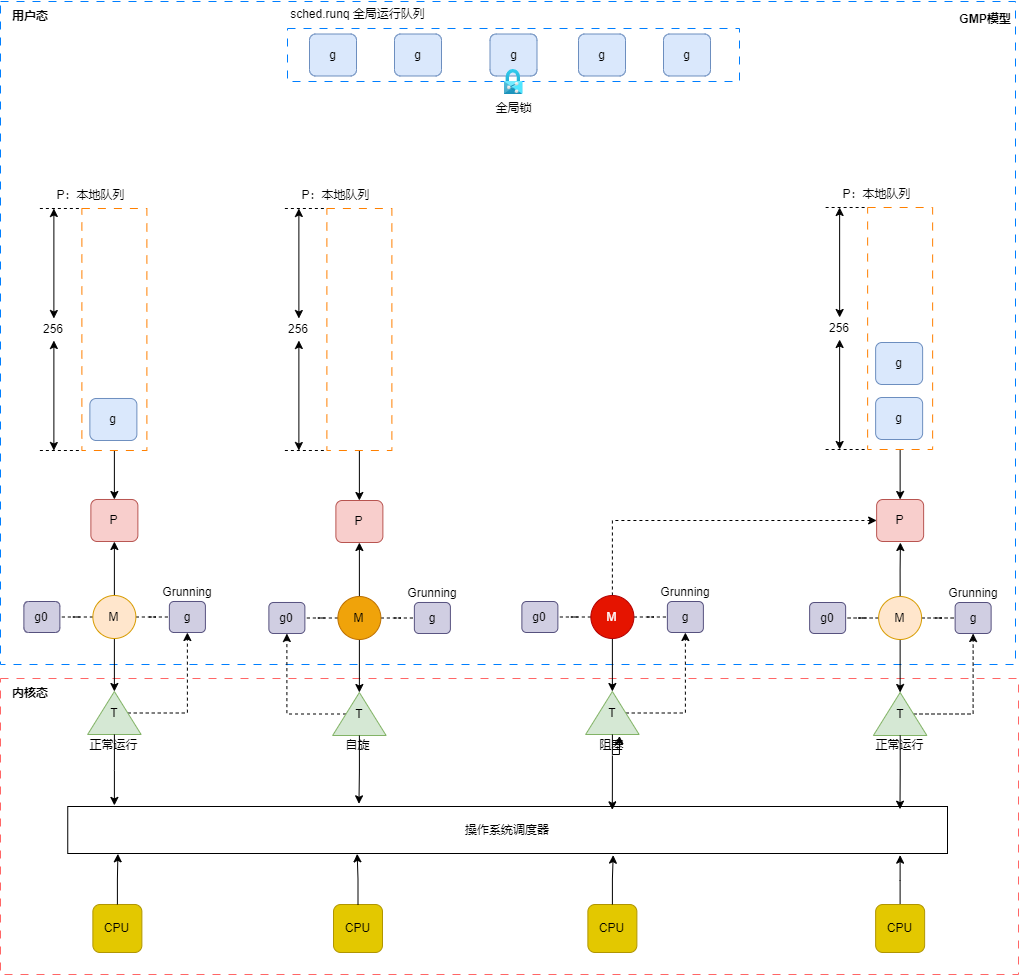
Earlier version of the draw.io export go/gmp模型.drawio.png (xmopen/drawio). Source tidied: cells renumbered, new cells last; positions are measured from the earlier drawing's top-left corner, leaving out a move shared by most shapes.
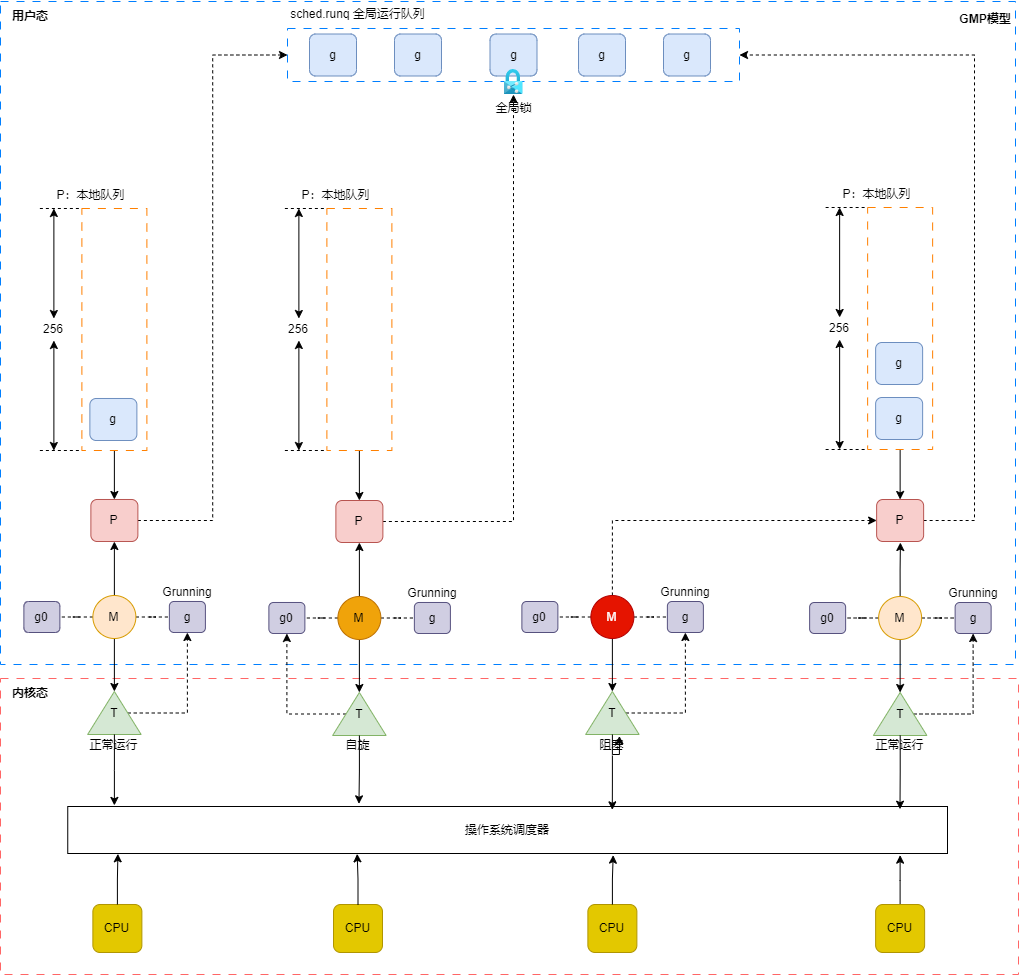
The same file after the commit.

What changed in the source:
```diff
@@ -152,6 +152,9 @@
     <mxCell id="39" value="全局锁" style="text;html=1;strokeColor=none;fillColor=none;align=center;verticalAlign=middle;whiteSpace=wrap;rounded=0;" parent="1" vertex="1">
       <mxGeometry x="485.5" y="99" width="55" height="17" as="geometry" />
     </mxCell>
+    <mxCell id="104" style="edgeStyle=orthogonalEdgeStyle;rounded=0;jettySize=auto;html=1;entryX=0;entryY=0.5;entryDx=0;entryDy=0;dashed=1;" parent="1" edge="1" source="40" target="4">
+      <mxGeometry relative="1" as="geometry" />
+    </mxCell>
     <mxCell id="40" value="P" style="rounded=1;whiteSpace=wrap;html=1;fillColor=#f8cecc;strokeColor=#b85450;" parent="1" vertex="1">
       <mxGeometry x="90.4" y="499" width="47" height="42" as="geometry" />
     </mxCell>
@@ -185,6 +188,9 @@
     <mxCell id="50" value="Grunning" style="text;html=1;strokeColor=none;fillColor=none;align=center;verticalAlign=middle;whiteSpace=wrap;rounded=0;" parent="1" vertex="1">
       <mxGeometry x="156.9" y="577" width="60" height="30" as="geometry" />
     </mxCell>
+    <mxCell id="105" style="edgeStyle=orthogonalEdgeStyle;rounded=0;jettySize=auto;html=1;dashed=1;" parent="1" edge="1" source="51" target="38">
+      <mxGeometry relative="1" as="geometry" />
+    </mxCell>
     <mxCell id="51" value="P" style="rounded=1;whiteSpace=wrap;html=1;fillColor=#f8cecc;strokeColor=#b85450;" parent="1" vertex="1">
       <mxGeometry x="335.4" y="500" width="47" height="42" as="geometry" />
     </mxCell>
@@ -218,6 +224,14 @@
     <mxCell id="61" value="Grunning" style="text;html=1;strokeColor=none;fillColor=none;align=center;verticalAlign=middle;whiteSpace=wrap;rounded=0;" parent="1" vertex="1">
       <mxGeometry x="401.9" y="578" width="60" height="30" as="geometry" />
     </mxCell>
+    <mxCell id="106" style="edgeStyle=orthogonalEdgeStyle;rounded=0;jettySize=auto;html=1;entryX=1;entryY=0.5;entryDx=0;entryDy=0;dashed=1;" parent="1" edge="1" source="62" target="4">
+      <mxGeometry relative="1" as="geometry">
+        <Array as="points">
+          <mxPoint x="974" y="520" />
+          <mxPoint x="974" y="55" />
+        </Array>
+      </mxGeometry>
+    </mxCell>
     <mxCell id="62" value="P" style="rounded=1;whiteSpace=wrap;html=1;fillColor=#f8cecc;strokeColor=#b85450;" parent="1" vertex="1">
       <mxGeometry x="876.1" y="499" width="47" height="42" as="geometry" />
     </mxCell>
```
